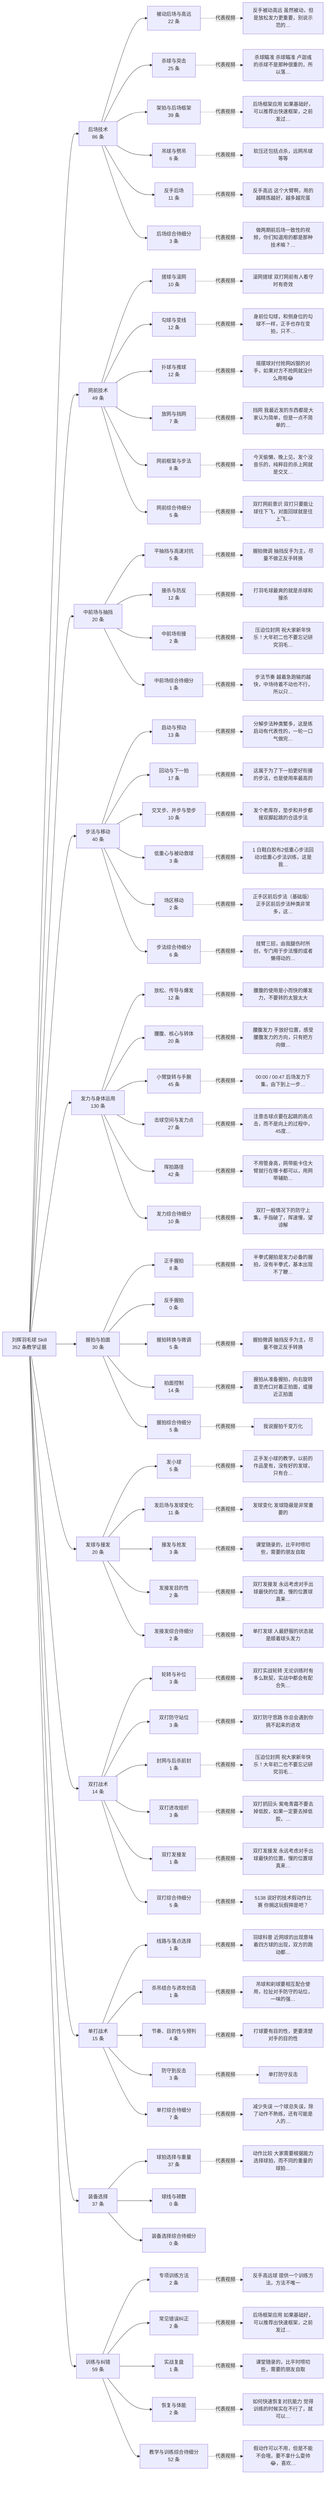
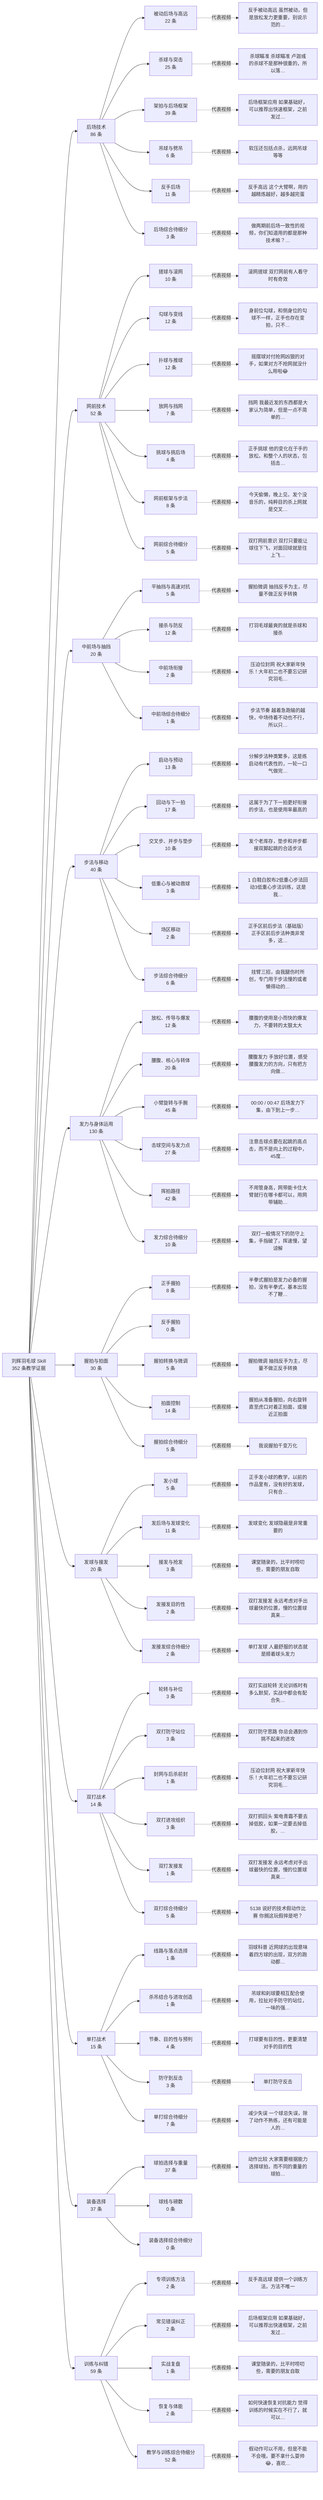
flowchart LR
  root["刘辉羽毛球 Skill<br/>352 条教学证据"]
  c0["后场技术<br/>86 条"]
  root --> c0
  s0_0["被动后场与高远<br/>22 条"]
  c0 --> s0_0
  v0_0["反手被动高远 虽然被动，但是放松发力更重要，别说示范的…"]
  s0_0 -.代表视频.-> v0_0
  s0_1["杀球与突击<br/>25 条"]
  c0 --> s0_1
  v0_1["杀球瞄准 杀球瞄准 卢迦彧的杀球不是那种很重的，所以落…"]
  s0_1 -.代表视频.-> v0_1
  s0_2["架拍与后场框架<br/>39 条"]
  c0 --> s0_2
  v0_2["后场框架应用 如果基础好，可以推荐出快速框架，之前发过…"]
  s0_2 -.代表视频.-> v0_2
  s0_3["吊球与劈吊<br/>6 条"]
  c0 --> s0_3
  v0_3["软压还包括点杀，远网吊球等等"]
  s0_3 -.代表视频.-> v0_3
  s0_4["反手后场<br/>11 条"]
  c0 --> s0_4
  v0_4["反手高远 这个大臂啊，用的越精炼越好，越多越完蛋"]
  s0_4 -.代表视频.-> v0_4
  s0_5["后场综合待细分<br/>3 条"]
  c0 --> s0_5
  v0_5["做两期前后场一致性的视频，你们知道用的都是那种技术嘛？…"]
  s0_5 -.代表视频.-> v0_5
-   c1["网前技术<br/>49 条"]
+   c1["网前技术<br/>52 条"]
  root --> c1
  s1_0["搓球与滚网<br/>10 条"]
  c1 --> s1_0
  v1_0["滚网搓球 双打网前有人看守时有奇效"]
  s1_0 -.代表视频.-> v1_0
  s1_1["勾球与变线<br/>12 条"]
  c1 --> s1_1
  v1_1["身前位勾球，和侧身位的勾球不一样，正手也存在变拍，只不…"]
  s1_1 -.代表视频.-> v1_1
  s1_2["扑球与推球<br/>12 条"]
  c1 --> s1_2
  v1_2["摇摆球对付抢网凶狠的对手，如果对方不抢网就没什么用啦😂"]
  s1_2 -.代表视频.-> v1_2
  s1_3["放网与挡网<br/>7 条"]
  c1 --> s1_3
  v1_3["挡网 我最近发的东西都是大家认为简单，但是一点不简单的…"]
  s1_3 -.代表视频.-> v1_3
-   s1_4["网前框架与步法<br/>8 条"]
+   s1_4["挑球与挑后场<br/>4 条"]
  c1 --> s1_4
-   v1_4["今天偷懒，晚上见，发个没音乐的，纯粹目的杀上网就是交叉…"]
+   v1_4["正手挑球 他的变化在于手的放松，和整个人的状态，包括击…"]
  s1_4 -.代表视频.-> v1_4
-   s1_5["网前综合待细分<br/>5 条"]
+   s1_5["网前框架与步法<br/>8 条"]
  c1 --> s1_5
-   v1_5["双打网前意识 双打只要能让球往下飞，对面回球就是往上飞…"]
+   v1_5["今天偷懒，晚上见，发个没音乐的，纯粹目的杀上网就是交叉…"]
  s1_5 -.代表视频.-> v1_5
+   s1_6["网前综合待细分<br/>5 条"]
+   c1 --> s1_6
+   v1_6["双打网前意识 双打只要能让球往下飞，对面回球就是往上飞…"]
+   s1_6 -.代表视频.-> v1_6
  c2["中前场与抽挡<br/>20 条"]
  root --> c2
  s2_0["平抽挡与高速对抗<br/>5 条"]
  c2 --> s2_0
  v2_0["握拍微调 抽挡反手为主，尽量不做正反手转换"]
  s2_0 -.代表视频.-> v2_0
  s2_1["接杀与防反<br/>12 条"]
  c2 --> s2_1
  v2_1["打羽毛球最爽的就是杀球和接杀"]
  s2_1 -.代表视频.-> v2_1
  s2_2["中前场衔接<br/>2 条"]
  c2 --> s2_2
  v2_2["压迫位封网 祝大家新年快乐！大年初二也不要忘记研究羽毛…"]
  s2_2 -.代表视频.-> v2_2
  s2_3["中前场综合待细分<br/>1 条"]
  c2 --> s2_3
  v2_3["步法节奏 越着急跑输的越快，中场待着不动也不行，所以只…"]
  s2_3 -.代表视频.-> v2_3
  c3["步法与移动<br/>40 条"]
  root --> c3
  s3_0["启动与预动<br/>13 条"]
  c3 --> s3_0
  v3_0["分解步法种类繁多，这是练启动有代表性的，一轮一口气做完…"]
  s3_0 -.代表视频.-> v3_0
  s3_1["回动与下一拍<br/>17 条"]
  c3 --> s3_1
  v3_1["这属于为了下一拍更好衔接的步法，也是使用率最高的"]
  s3_1 -.代表视频.-> v3_1
  s3_2["交叉步、并步与垫步<br/>10 条"]
  c3 --> s3_2
  v3_2["发个老库存，垫步和并步都接双脚起跳的合适步法"]
  s3_2 -.代表视频.-> v3_2
  s3_3["低重心与被动救球<br/>3 条"]
  c3 --> s3_3
  v3_3["1 白鞋白胶布2低重心步法回动3低重心步法训练，这是我…"]
  s3_3 -.代表视频.-> v3_3
  s3_4["场区移动<br/>2 条"]
  c3 --> s3_4
  v3_4["正手区前后步法（基础版） 正手区前后步法种类非常多，这…"]
  s3_4 -.代表视频.-> v3_4
  s3_5["步法综合待细分<br/>6 条"]
  c3 --> s3_5
  v3_5["挂臂三招，由我腿伤时所创，专门用于步法慢的或者懒得动的…"]
  s3_5 -.代表视频.-> v3_5
  c4["发力与身体运用<br/>130 条"]
  root --> c4
  s4_0["放松、传导与爆发<br/>12 条"]
  c4 --> s4_0
  v4_0["腰腹的使用是小而快的爆发力，不要转的太狠太大"]
  s4_0 -.代表视频.-> v4_0
  s4_1["腰腹、核心与转体<br/>20 条"]
  c4 --> s4_1
  v4_1["腰腹发力 手放好位置，感受腰腹发力的方向，只有把方向做…"]
  s4_1 -.代表视频.-> v4_1
  s4_2["小臂旋转与手腕<br/>45 条"]
  c4 --> s4_2
  v4_2["00:00 / 00:47 后场发力下集，由下到上一步…"]
  s4_2 -.代表视频.-> v4_2
  s4_3["击球空间与发力点<br/>27 条"]
  c4 --> s4_3
  v4_3["注意击球点要在起跳的高点击，而不是向上的过程中，45度…"]
  s4_3 -.代表视频.-> v4_3
  s4_4["挥拍路径<br/>42 条"]
  c4 --> s4_4
  v4_4["不用管身高，网带能卡住大臂就行在哪卡都可以，用网带辅助…"]
  s4_4 -.代表视频.-> v4_4
  s4_5["发力综合待细分<br/>10 条"]
  c4 --> s4_5
  v4_5["双打一般情况下的防守上集，手指破了，挥速慢，望谅解"]
  s4_5 -.代表视频.-> v4_5
  c5["握拍与拍面<br/>30 条"]
  root --> c5
  s5_0["正手握拍<br/>8 条"]
  c5 --> s5_0
  v5_0["半拳式握拍是发力必备的握拍，没有半拳式，基本出现不了鞭…"]
  s5_0 -.代表视频.-> v5_0
  s5_1["反手握拍<br/>0 条"]
  c5 --> s5_1
  s5_2["握拍转换与微调<br/>5 条"]
  c5 --> s5_2
  v5_2["握拍微调 抽挡反手为主，尽量不做正反手转换"]
  s5_2 -.代表视频.-> v5_2
  s5_3["拍面控制<br/>14 条"]
  c5 --> s5_3
  v5_3["握拍从准备握拍，向右旋转直至虎口对着正拍面，或接近正拍面"]
  s5_3 -.代表视频.-> v5_3
  s5_4["握拍综合待细分<br/>5 条"]
  c5 --> s5_4
  v5_4["我说握拍千变万化"]
  s5_4 -.代表视频.-> v5_4
  c6["发球与接发<br/>20 条"]
  root --> c6
  s6_0["发小球<br/>5 条"]
  c6 --> s6_0
  v6_0["正手发小球的教学，以前的作品里有，没有好的发球，只有合…"]
  s6_0 -.代表视频.-> v6_0
  s6_1["发后场与发球变化<br/>11 条"]
  c6 --> s6_1
  v6_1["发球变化 发球隐蔽是非常重要的"]
  s6_1 -.代表视频.-> v6_1
  s6_2["接发与抢发<br/>3 条"]
  c6 --> s6_2
  v6_2["课堂随录的，比平时唠叨些，需要的朋友自取"]
  s6_2 -.代表视频.-> v6_2
  s6_3["发接发目的性<br/>2 条"]
  c6 --> s6_3
  v6_3["双打发接发 永远考虑对手出球最快的位置，慢的位置球真来…"]
  s6_3 -.代表视频.-> v6_3
  s6_4["发接发综合待细分<br/>2 条"]
  c6 --> s6_4
  v6_4["单打发球 人最舒服的状态就是顺着球头发力"]
  s6_4 -.代表视频.-> v6_4
  c7["双打战术<br/>14 条"]
  root --> c7
  s7_0["轮转与补位<br/>3 条"]
  c7 --> s7_0
  v7_0["双打实战轮转 无论训练时有多么默契，实战中都会有配合失…"]
  s7_0 -.代表视频.-> v7_0
  s7_1["双打防守站位<br/>3 条"]
  c7 --> s7_1
  v7_1["双打防守思路 你总会遇到你挑不起来的进攻"]
  s7_1 -.代表视频.-> v7_1
  s7_2["封网与后杀前封<br/>1 条"]
  c7 --> s7_2
  v7_2["压迫位封网 祝大家新年快乐！大年初二也不要忘记研究羽毛…"]
  s7_2 -.代表视频.-> v7_2
  s7_3["双打进攻组织<br/>3 条"]
  c7 --> s7_3
  v7_3["双打抓回头 紫电青霜不要去掉低胶，如果一定要去掉低胶，…"]
  s7_3 -.代表视频.-> v7_3
  s7_4["双打发接发<br/>1 条"]
  c7 --> s7_4
  v7_4["双打发接发 永远考虑对手出球最快的位置，慢的位置球真来…"]
  s7_4 -.代表视频.-> v7_4
  s7_5["双打综合待细分<br/>5 条"]
  c7 --> s7_5
  v7_5["5138 说好的技术假动作比赛 你搁这玩假摔是吧？"]
  s7_5 -.代表视频.-> v7_5
  c8["单打战术<br/>15 条"]
  root --> c8
  s8_0["线路与落点选择<br/>1 条"]
  c8 --> s8_0
  v8_0["羽球科普 近网球的出现意味着四方球的出现，双方的跑动都…"]
  s8_0 -.代表视频.-> v8_0
  s8_1["杀吊结合与进攻创造<br/>1 条"]
  c8 --> s8_1
  v8_1["吊球和刹球要相互配合使用，拉扯对手防守的站位，一味的强…"]
  s8_1 -.代表视频.-> v8_1
  s8_2["节奏、目的性与预判<br/>4 条"]
  c8 --> s8_2
  v8_2["打球要有目的性，更要清楚对手的目的性"]
  s8_2 -.代表视频.-> v8_2
  s8_3["防守到反击<br/>3 条"]
  c8 --> s8_3
  v8_3["单打防守反击"]
  s8_3 -.代表视频.-> v8_3
  s8_4["单打综合待细分<br/>7 条"]
  c8 --> s8_4
  v8_4["减少失误 一个球总失误，除了动作不熟练，还有可能是人的…"]
  s8_4 -.代表视频.-> v8_4
  c9["装备选择<br/>37 条"]
  root --> c9
  s9_0["球拍选择与重量<br/>37 条"]
  c9 --> s9_0
  v9_0["动作比较 大家需要根据能力选择球拍，而不同的重量的球拍…"]
  s9_0 -.代表视频.-> v9_0
  s9_1["球线与磅数<br/>0 条"]
  c9 --> s9_1
  s9_2["装备选择综合待细分<br/>0 条"]
  c9 --> s9_2
  c10["训练与纠错<br/>59 条"]
  root --> c10
  s10_0["专项训练方法<br/>2 条"]
  c10 --> s10_0
  v10_0["反手高远球 提供一个训练方法，方法不唯一"]
  s10_0 -.代表视频.-> v10_0
  s10_1["常见错误纠正<br/>2 条"]
  c10 --> s10_1
  v10_1["后场框架应用 如果基础好，可以推荐出快速框架，之前发过…"]
  s10_1 -.代表视频.-> v10_1
  s10_2["实战复盘<br/>1 条"]
  c10 --> s10_2
  v10_2["课堂随录的，比平时唠叨些，需要的朋友自取"]
  s10_2 -.代表视频.-> v10_2
  s10_3["恢复与体能<br/>2 条"]
  c10 --> s10_3
  v10_3["如何快速恢复对抗能力 觉得训练的时候实在不行了，就可以…"]
  s10_3 -.代表视频.-> v10_3
  s10_4["教学与训练综合待细分<br/>52 条"]
  c10 --> s10_4
  v10_4["假动作可以不用，但是不能不会哦，要不拿什么耍帅😂，喜欢…"]
  s10_4 -.代表视频.-> v10_4
